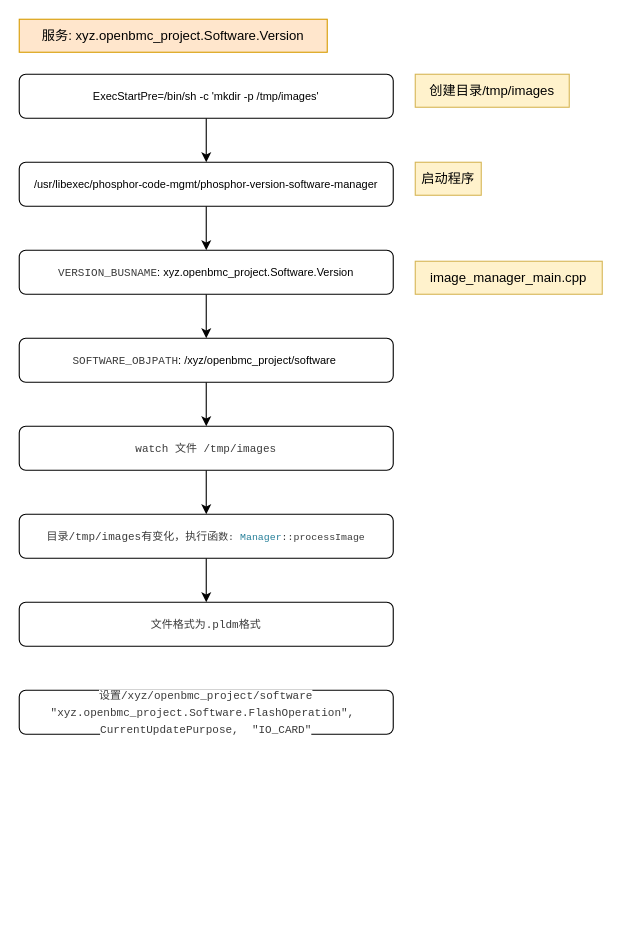
The draw.io diagram pldm固件升级流程.drawio in yuanzhaoming/draws, before the edit. Source tidied: cells renumbered, new cells numbered last; positions are measured from the earlier drawing's top-left corner, leaving out a move shared by most shapes. Both pictures are drawn from the tidied source at 110%, with x=0, y=0 at pixel (19, 19).
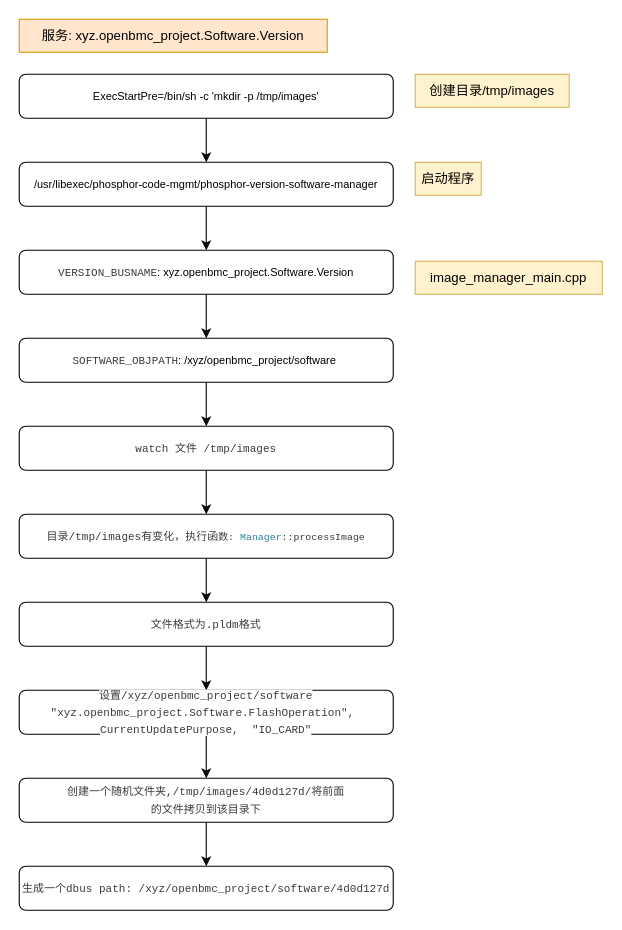
The same page after the edit.

Commit message (it also covers changes not shown here):
更新pldm固件升级流程.drawio

Unchanged cells that the change refers to:
```xml
<mxCell id="18" value="&lt;font color=&quot;#3b3b3b&quot; face=&quot;Consolas, Courier New, monospace&quot;&gt;&lt;span style=&quot;font-size: 10px; white-space: pre; background-color: rgb(255, 255, 255);&quot;&gt;文件格式为.pldm格式&lt;/span&gt;&lt;/font&gt;" style="rounded=1;whiteSpace=wrap;html=1;" parent="1" vertex="1">
  <mxGeometry y="530" width="340" height="40" as="geometry" />
</mxCell>
<mxCell id="19" value="&lt;font color=&quot;#3b3b3b&quot; face=&quot;Consolas, Courier New, monospace&quot;&gt;&lt;span style=&quot;font-size: 10px; white-space: pre; background-color: rgb(255, 255, 255);&quot;&gt;设置/xyz/openbmc_project/software&lt;br/&gt;&quot;xyz.openbmc_project.Software.FlashOperation&quot;, &lt;br/&gt;CurrentUpdatePurpose,  &quot;IO_CARD&quot;&lt;/span&gt;&lt;/font&gt;" style="rounded=1;whiteSpace=wrap;html=1;" parent="1" vertex="1">
  <mxGeometry y="610" width="340" height="40" as="geometry" />
</mxCell>
```

Change to the diagram source:
```diff
@@
+    <mxCell id="20" style="edgeStyle=orthogonalEdgeStyle;rounded=0;jettySize=auto;html=1;exitX=0.5;exitY=1;exitDx=0;exitDy=0;entryX=0.5;entryY=0;entryDx=0;entryDy=0;" parent="1" edge="1" source="18" target="19">
+      <mxGeometry relative="1" as="geometry" />
+    </mxCell>
@@
+    <mxCell id="21" style="edgeStyle=orthogonalEdgeStyle;rounded=0;jettySize=auto;html=1;exitX=0.5;exitY=1;exitDx=0;exitDy=0;" parent="1" edge="1" source="19" target="23">
+      <mxGeometry relative="1" as="geometry" />
+    </mxCell>
@@
+    <mxCell id="22" style="edgeStyle=orthogonalEdgeStyle;rounded=0;jettySize=auto;html=1;exitX=0.5;exitY=1;exitDx=0;exitDy=0;entryX=0.5;entryY=0;entryDx=0;entryDy=0;" parent="1" edge="1" source="23" target="24">
+      <mxGeometry relative="1" as="geometry" />
+    </mxCell>
+    <mxCell id="23" value="&lt;font color=&quot;#3b3b3b&quot; face=&quot;Consolas, Courier New, monospace&quot;&gt;&lt;span style=&quot;font-size: 10px; white-space: pre; background-color: rgb(255, 255, 255);&quot;&gt;创建一个随机文件夹,&lt;/span&gt;&lt;span style=&quot;font-size: 10px; white-space: pre;&quot;&gt;/tmp/images/4d0d127d/将前面&lt;/span&gt;&lt;/font&gt;&lt;div&gt;&lt;font color=&quot;#3b3b3b&quot; face=&quot;Consolas, Courier New, monospace&quot;&gt;&lt;span style=&quot;font-size: 10px; white-space: pre;&quot;&gt;的文件拷贝到该目录下&lt;/span&gt;&lt;/font&gt;&lt;/div&gt;" style="rounded=1;whiteSpace=wrap;html=1;" parent="1" vertex="1">
+      <mxGeometry y="690" width="340" height="40" as="geometry" />
+    </mxCell>
+    <mxCell id="24" value="&lt;font color=&quot;#3b3b3b&quot; face=&quot;Consolas, Courier New, monospace&quot;&gt;&lt;span style=&quot;font-size: 10px; white-space: pre; background-color: rgb(255, 255, 255);&quot;&gt;生成一个dbus path: &lt;/span&gt;&lt;span style=&quot;font-size: 10px; white-space: pre;&quot;&gt;/xyz/openbmc_project/software/4d0d127d&lt;/span&gt;&lt;/font&gt;" style="rounded=1;whiteSpace=wrap;html=1;" parent="1" vertex="1">
+      <mxGeometry y="770" width="340" height="40" as="geometry" />
+    </mxCell>
```
